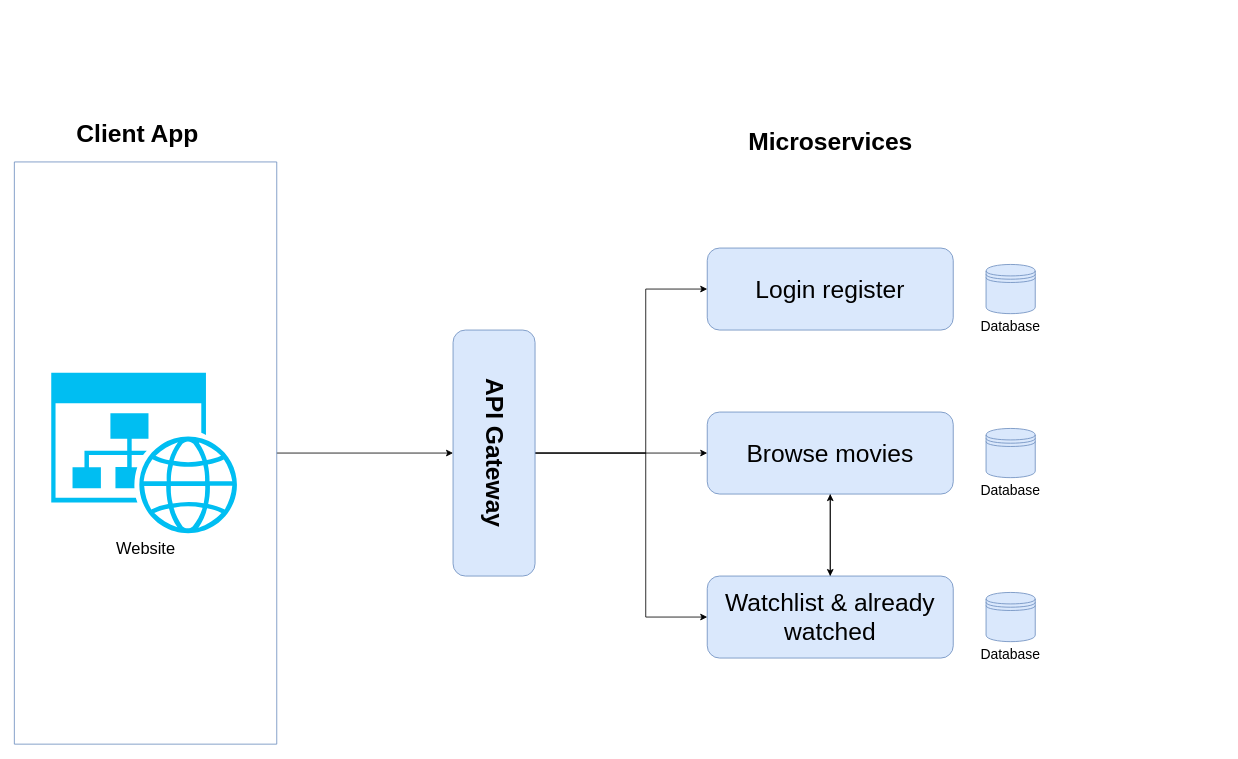
The draw.io diagram Assets/architecture-schema.drawio in markloboda/MovieLibrary, before the edit. Source tidied: cells renumbered, new cells numbered last; positions are measured from the earlier drawing's top-left corner, leaving out a move shared by most shapes. Both pictures are drawn from the tidied source at 82%, with x=0, y=0 at pixel (14, 112).
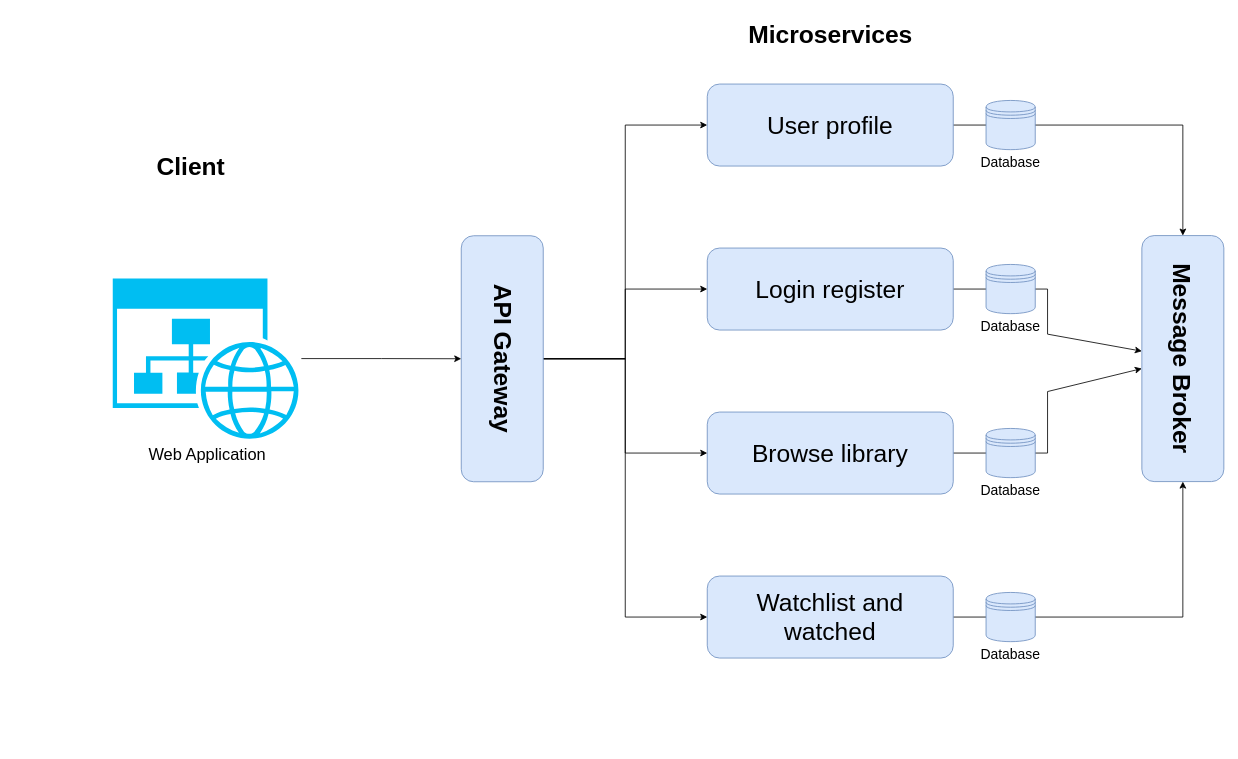
Above is the later version.

The change refers to these unchanged cells:
```xml
<mxCell id="2" value="Login register" style="rounded=1;whiteSpace=wrap;html=1;shadow=0;fillColor=#dae8fc;strokeColor=#6c8ebf;fontSize=30;" parent="1" vertex="1">
  <mxGeometry x="845" y="165" width="300" height="100" as="geometry" />
</mxCell>
```

Change to the diagram source:
```diff
@@
+    <mxCell id="19" style="edgeStyle=orthogonalEdgeStyle;rounded=0;jettySize=auto;html=1;exitX=1;exitY=0.5;exitDx=0;exitDy=0;" parent="1" edge="1" source="2" target="26">
+      <mxGeometry relative="1" as="geometry">
+        <Array as="points">
+          <mxPoint x="1260" y="215" />
+          <mxPoint x="1260" y="270" />
+        </Array>
+      </mxGeometry>
+    </mxCell>
@@
-    <mxCell id="3" style="edgeStyle=orthogonalEdgeStyle;rounded=0;jettySize=auto;html=1;exitX=0.5;exitY=1;exitDx=0;exitDy=0;entryX=0.5;entryY=0;entryDx=0;entryDy=0;fontFamily=Helvetica;fontSize=20;fontColor=default;shadow=0;" parent="1" edge="1" source="4" target="6">
-      <mxGeometry relative="1" as="geometry" />
-    </mxCell>
+    <mxCell id="20" style="edgeStyle=orthogonalEdgeStyle;rounded=0;jettySize=auto;html=1;exitX=1;exitY=0.5;exitDx=0;exitDy=0;" parent="1" edge="1" source="4" target="26">
+      <mxGeometry relative="1" as="geometry">
+        <Array as="points">
+          <mxPoint x="1260" y="415" />
+          <mxPoint x="1260" y="340" />
+        </Array>
+      </mxGeometry>
+    </mxCell>
-    <mxCell id="4" value="Browse movies" style="rounded=1;whiteSpace=wrap;html=1;shadow=0;strokeColor=#6c8ebf;align=center;verticalAlign=middle;fontFamily=Helvetica;fontSize=30;fontColor=default;fillColor=#dae8fc;" parent="1" vertex="1">
+    <mxCell id="4" value="Browse library" style="rounded=1;whiteSpace=wrap;html=1;shadow=0;strokeColor=#6c8ebf;align=center;verticalAlign=middle;fontFamily=Helvetica;fontSize=30;fontColor=default;fillColor=#dae8fc;" parent="1" vertex="1">
       <mxGeometry x="845" y="365" width="300" height="100" as="geometry" />
     </mxCell>
-    <mxCell id="5" style="edgeStyle=orthogonalEdgeStyle;rounded=0;jettySize=auto;html=1;exitX=0.5;exitY=0;exitDx=0;exitDy=0;entryX=0.5;entryY=1;entryDx=0;entryDy=0;fontFamily=Helvetica;fontSize=20;fontColor=default;shadow=0;" parent="1" edge="1" source="6" target="4">
-      <mxGeometry relative="1" as="geometry" />
-    </mxCell>
+    <mxCell id="21" style="edgeStyle=orthogonalEdgeStyle;rounded=0;jettySize=auto;html=1;exitX=1;exitY=0.5;exitDx=0;exitDy=0;" parent="1" edge="1" source="6" target="26">
+      <mxGeometry relative="1" as="geometry" />
+    </mxCell>
-    <mxCell id="6" value="Watchlist &amp;amp; already watched" style="rounded=1;whiteSpace=wrap;html=1;shadow=0;strokeColor=#6c8ebf;align=center;verticalAlign=middle;fontFamily=Helvetica;fontSize=30;fontColor=default;fillColor=#dae8fc;" parent="1" vertex="1">
+    <mxCell id="6" value="Watchlist and watched" style="rounded=1;whiteSpace=wrap;html=1;shadow=0;strokeColor=#6c8ebf;align=center;verticalAlign=middle;fontFamily=Helvetica;fontSize=30;fontColor=default;fillColor=#dae8fc;" parent="1" vertex="1">
       <mxGeometry x="845" y="565" width="300" height="100" as="geometry" />
     </mxCell>
@@
+    <mxCell id="22" style="edgeStyle=orthogonalEdgeStyle;rounded=0;jettySize=auto;html=1;exitX=0.5;exitY=1;exitDx=0;exitDy=0;entryX=0;entryY=0.5;entryDx=0;entryDy=0;" parent="1" edge="1" source="13" target="24">
+      <mxGeometry relative="1" as="geometry" />
+    </mxCell>
-    <mxCell id="10" style="edgeStyle=orthogonalEdgeStyle;rounded=0;jettySize=auto;html=1;exitX=0.5;exitY=1;exitDx=0;exitDy=0;fontFamily=Helvetica;fontSize=20;fontColor=default;entryX=0;entryY=0.5;entryDx=0;entryDy=0;shadow=0;" parent="1" edge="1" source="13" target="2">
-      <mxGeometry relative="1" as="geometry">
-        <Array as="points">
-          <mxPoint x="770" y="415" />
-          <mxPoint x="770" y="215" />
-        </Array>
-      </mxGeometry>
+    <mxCell id="10" style="edgeStyle=orthogonalEdgeStyle;rounded=0;jettySize=auto;html=1;exitX=0.5;exitY=1;exitDx=0;exitDy=0;entryX=0;entryY=0.5;entryDx=0;entryDy=0;" parent="1" edge="1" source="13" target="2">
+      <mxGeometry relative="1" as="geometry" />
     </mxCell>
-    <mxCell id="11" style="edgeStyle=orthogonalEdgeStyle;rounded=0;jettySize=auto;html=1;exitX=0.5;exitY=1;exitDx=0;exitDy=0;entryX=0;entryY=0.5;entryDx=0;entryDy=0;fontFamily=Helvetica;fontSize=20;fontColor=default;shadow=0;" parent="1" edge="1" source="13" target="4">
+    <mxCell id="11" style="edgeStyle=orthogonalEdgeStyle;rounded=0;jettySize=auto;html=1;exitX=0.5;exitY=1;exitDx=0;exitDy=0;entryX=0;entryY=0.5;entryDx=0;entryDy=0;" parent="1" edge="1" source="13" target="4">
       <mxGeometry relative="1" as="geometry" />
     </mxCell>
-    <mxCell id="12" style="edgeStyle=orthogonalEdgeStyle;rounded=0;jettySize=auto;html=1;exitX=0.5;exitY=1;exitDx=0;exitDy=0;fontFamily=Helvetica;fontSize=20;fontColor=default;shadow=0;" parent="1" edge="1" source="13" target="6">
-      <mxGeometry relative="1" as="geometry">
-        <Array as="points">
-          <mxPoint x="770" y="415" />
-          <mxPoint x="770" y="615" />
-        </Array>
-      </mxGeometry>
+    <mxCell id="12" style="edgeStyle=orthogonalEdgeStyle;rounded=0;jettySize=auto;html=1;exitX=0.5;exitY=1;exitDx=0;exitDy=0;entryX=0;entryY=0.5;entryDx=0;entryDy=0;" parent="1" edge="1" source="13" target="6">
+      <mxGeometry relative="1" as="geometry" />
     </mxCell>
     <mxCell id="13" value="API Gateway" style="rounded=1;whiteSpace=wrap;html=1;shadow=0;fillColor=#dae8fc;strokeColor=#6c8ebf;fontSize=30;direction=north;flipH=0;horizontal=1;align=center;textDirection=vertical-lr;fontStyle=1;" parent="1" vertex="1">
-      <mxGeometry x="535" y="265" width="100" height="300" as="geometry" />
+      <mxGeometry x="545" y="150" width="100" height="300" as="geometry" />
     </mxCell>
     <mxCell id="14" value="Microservices" style="text;html=1;align=center;verticalAlign=middle;strokeColor=none;fillColor=none;fontFamily=Helvetica;fontSize=30;fontColor=default;fontStyle=1;shadow=0;" parent="1" vertex="1">
-      <mxGeometry x="890" y="10" width="210" height="50" as="geometry" />
+      <mxGeometry x="890" y="-120" width="210" height="50" as="geometry" />
     </mxCell>
-    <mxCell id="15" style="edgeStyle=orthogonalEdgeStyle;rounded=0;jettySize=auto;html=1;exitX=1;exitY=0.5;exitDx=0;exitDy=0;entryX=0.5;entryY=0;entryDx=0;entryDy=0;fontFamily=Helvetica;fontSize=20;fontColor=default;shadow=0;" parent="1" edge="1" source="16" target="13">
-      <mxGeometry relative="1" as="geometry" />
-    </mxCell>
-    <mxCell id="16" style="swimlane;startSize=0;rounded=1;shadow=0;strokeColor=#6c8ebf;align=center;verticalAlign=middle;fontFamily=Helvetica;fontSize=20;fontColor=default;fillColor=#dae8fc;" parent="1" vertex="1">
-      <mxGeometry y="60" width="320" height="710" as="geometry" />
-    </mxCell>
+    <mxCell id="18" value="Client" style="text;html=1;align=center;verticalAlign=middle;strokeColor=none;fillColor=none;fontFamily=Helvetica;fontSize=30;fontColor=default;fontStyle=1;shadow=0;" parent="1" vertex="1">
+      <mxGeometry x="165" y="40" width="100" height="50" as="geometry" />
+    </mxCell>
+    <mxCell id="23" style="edgeStyle=orthogonalEdgeStyle;rounded=0;jettySize=auto;html=1;exitX=1;exitY=0.5;exitDx=0;exitDy=0;" parent="1" edge="1" source="24" target="26">
+      <mxGeometry relative="1" as="geometry" />
+    </mxCell>
+    <mxCell id="24" value="User profile" style="rounded=1;whiteSpace=wrap;html=1;shadow=0;fillColor=#dae8fc;strokeColor=#6c8ebf;fontSize=30;" parent="1" vertex="1">
+      <mxGeometry x="845" y="-35" width="300" height="100" as="geometry" />
+    </mxCell>
+    <mxCell id="25" style="edgeStyle=orthogonalEdgeStyle;rounded=0;jettySize=auto;html=1;entryX=0.5;entryY=0;entryDx=0;entryDy=0;" parent="1" edge="1" source="17" target="13">
+      <mxGeometry relative="1" as="geometry" />
+    </mxCell>
-    <mxCell id="17" value="Website" style="verticalLabelPosition=bottom;html=1;verticalAlign=top;align=center;strokeColor=none;fillColor=#00BEF2;shape=mxgraph.azure.website_generic;rounded=1;shadow=0;fontFamily=Helvetica;fontSize=20;fontColor=default;" parent="16" vertex="1">
-      <mxGeometry x="45" y="257.2" width="230" height="195.5" as="geometry" />
+    <mxCell id="17" value="Web Application" style="verticalLabelPosition=bottom;html=1;verticalAlign=top;align=center;strokeColor=none;fillColor=#00BEF2;shape=mxgraph.azure.website_generic;rounded=1;shadow=0;fontFamily=Helvetica;fontSize=20;fontColor=default;" parent="1" vertex="1">
+      <mxGeometry x="120" y="202" width="230" height="195.5" as="geometry" />
     </mxCell>
-    <mxCell id="18" value="Client App" style="text;html=1;align=center;verticalAlign=middle;strokeColor=none;fillColor=none;fontFamily=Helvetica;fontSize=30;fontColor=default;fontStyle=1;shadow=0;" parent="1" vertex="1">
-      <mxGeometry x="70" width="160" height="50" as="geometry" />
-    </mxCell>
+    <mxCell id="26" value="&lt;b&gt;Message Broker&lt;/b&gt;" style="rounded=1;whiteSpace=wrap;html=1;shadow=0;fillColor=#dae8fc;strokeColor=#6c8ebf;fontSize=30;rotation=90;" parent="1" vertex="1">
+      <mxGeometry x="1275" y="249.8" width="300" height="100" as="geometry" />
+    </mxCell>
+    <mxCell id="27" value="Database" style="shape=datastore;html=1;rounded=1;shadow=0;strokeColor=#6c8ebf;align=center;verticalAlign=top;fontFamily=Helvetica;fontSize=17;fontColor=default;fillColor=#dae8fc;horizontal=1;whiteSpace=wrap;labelBorderColor=none;textShadow=0;labelBackgroundColor=none;labelPosition=center;verticalLabelPosition=bottom;" parent="1" vertex="1">
+      <mxGeometry x="1185" y="-15" width="60" height="60" as="geometry" />
+    </mxCell>
```
